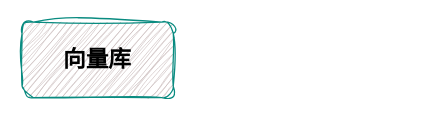
jwdstef/activiti-app keeps this draw.io diagram as model/未命名绘图.drawio. Above is the earlier version. Source tidied: cells renumbered, new cells numbered last; positions are measured from the earlier drawing's top-left corner, leaving out a move shared by most shapes. Both pictures are drawn from the tidied source at 126%, with x=0, y=0 at pixel (21, 21).
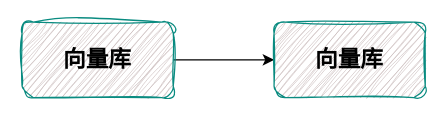
The same page after the edit.

Commit message:
更新未命名绘图.drawio

The edit, as a diff of the source:
```diff
@@
 <mxGraphModel background="#ffffff">
   <root>
     <mxCell id="0" />
     <mxCell id="1" parent="0" />
+    <mxCell id="3" style="edgeStyle=orthogonalEdgeStyle;rounded=0;jettySize=auto;html=1;" parent="1" edge="1" source="2" target="4">
+      <mxGeometry relative="1" as="geometry" />
+    </mxCell>
     <mxCell id="2" value="向量库" style="rounded=1;whiteSpace=wrap;html=1;fillColor=#c9bbbb;strokeColor=#098b80;fillStyle=auto;shadow=0;fontStyle=1;fontSize=18;glass=0;sketch=1;curveFitting=1;jiggle=2;" parent="1" vertex="1">
       <mxGeometry width="120" height="60" as="geometry" />
     </mxCell>
+    <mxCell id="4" value="向量库" style="rounded=1;whiteSpace=wrap;html=1;fillColor=#c9bbbb;strokeColor=#098b80;fillStyle=auto;shadow=0;fontStyle=1;fontSize=18;glass=0;sketch=1;curveFitting=1;jiggle=2;" parent="1" vertex="1">
+      <mxGeometry x="200" width="120" height="60" as="geometry" />
+    </mxCell>
   </root>
 </mxGraphModel>
```
